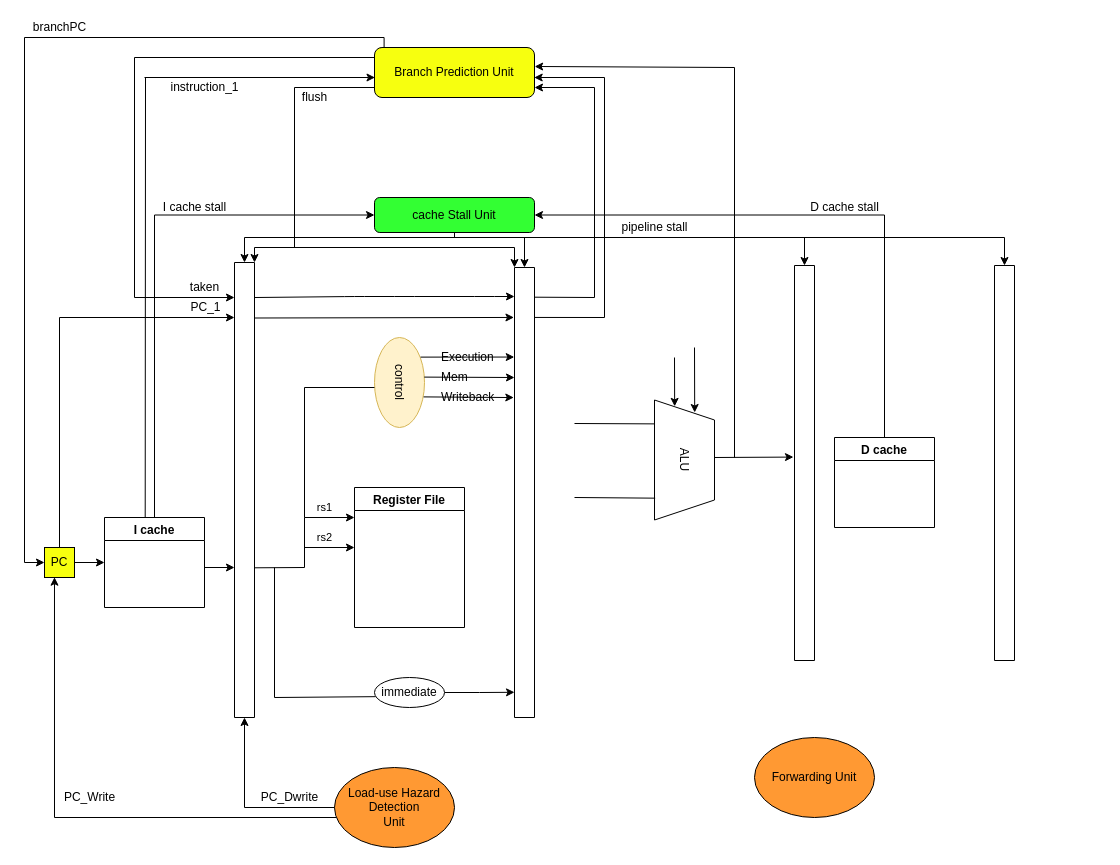
Above: Untitled Diagram.drawio in JeterHwang/DSD (draw.io), before the change. Source tidied: cells renumbered, new cells numbered last; positions are measured from the earlier drawing's top-left corner, leaving out a move shared by most shapes. Both pictures are drawn from the tidied source at 100%, with x=0, y=0 at pixel (24, 17).
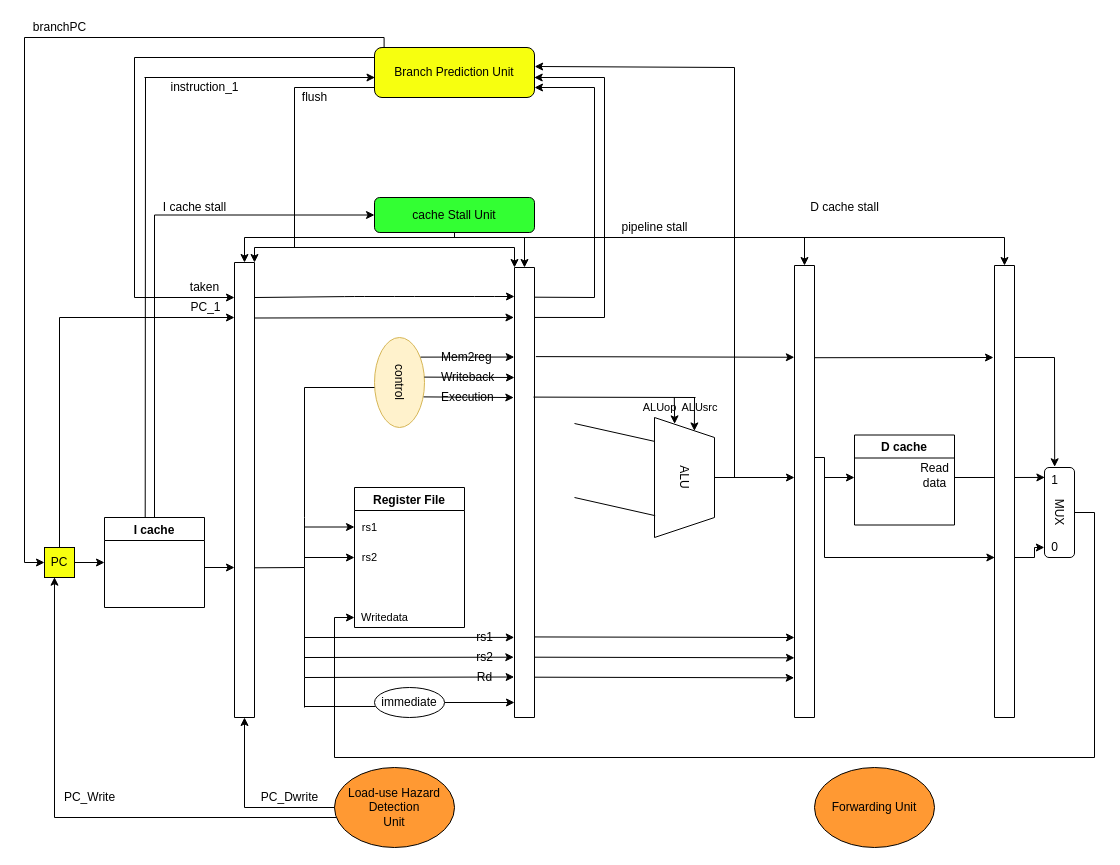
After the change.

The change refers to these unchanged cells:
```xml
<mxCell id="3" style="swimlane;startSize=0;" parent="1" vertex="1">
  <mxGeometry x="490" y="250" width="20" height="450" as="geometry" />
</mxCell>
<mxCell id="19" value="Register File" style="swimlane;glass=0;strokeColor=#000000;fillColor=#FFFFFF;" parent="1" vertex="1">
  <mxGeometry x="330" y="470" width="110" height="140" as="geometry" />
</mxCell>
<mxCell id="21" value="cache Stall Unit" style="rounded=1;whiteSpace=wrap;html=1;glass=0;strokeColor=#000000;fillColor=#33FF33;" parent="1" vertex="1">
  <mxGeometry x="350" y="180" width="160" height="35" as="geometry" />
</mxCell>
```

Change to the diagram source:
```diff
@@
     <mxCell id="4" style="swimlane;startSize=0;" parent="1" vertex="1">
-      <mxGeometry x="770" y="248" width="20" height="395" as="geometry" />
+      <mxGeometry x="770" y="248" width="20" height="452" as="geometry" />
     </mxCell>
     <mxCell id="5" style="swimlane;startSize=0;" parent="1" vertex="1">
-      <mxGeometry x="970" y="248" width="20" height="395" as="geometry" />
+      <mxGeometry x="970" y="248" width="20" height="452" as="geometry" />
     </mxCell>
@@
     <mxCell id="15" value="Forwarding Unit" style="ellipse;whiteSpace=wrap;html=1;glass=0;strokeColor=#000000;fillColor=#FF9933;" parent="1" vertex="1">
-      <mxGeometry x="730" y="720" width="120" height="80" as="geometry" />
+      <mxGeometry x="790" y="750" width="120" height="80" as="geometry" />
     </mxCell>
     <mxCell id="16" value="ALU" style="shape=trapezoid;perimeter=trapezoidPerimeter;whiteSpace=wrap;html=1;fixedSize=1;glass=0;strokeColor=#000000;rotation=90;fillColor=#FFFFFF;" parent="1" vertex="1">
-      <mxGeometry x="600" y="412.5" width="120" height="60" as="geometry" />
+      <mxGeometry x="600" y="430" width="120" height="60" as="geometry" />
     </mxCell>
-    <mxCell id="17" style="edgeStyle=orthogonalEdgeStyle;rounded=0;jettySize=auto;html=1;exitX=0.5;exitY=0;exitDx=0;exitDy=0;entryX=1;entryY=0.5;entryDx=0;entryDy=0;" parent="1" edge="1" source="18" target="21">
-      <mxGeometry relative="1" as="geometry">
-        <Array as="points">
-          <mxPoint x="860" y="198" />
-          <mxPoint x="510" y="198" />
-        </Array>
-      </mxGeometry>
-    </mxCell>
     <mxCell id="18" value="D cache" style="swimlane;" parent="1" vertex="1">
-      <mxGeometry x="810" y="420" width="100" height="90" as="geometry" />
+      <mxGeometry x="830" y="417.5" width="100" height="90" as="geometry" />
     </mxCell>
+    <mxCell id="82" value="Read&lt;br&gt;data" style="text;html=1;align=center;verticalAlign=middle;fillColor=none;strokeColor=none;rounded=0;" parent="18" vertex="1">
+      <mxGeometry x="60" y="25" width="40" height="30" as="geometry" />
+    </mxCell>
@@
+    <mxCell id="71" value="&lt;span style=&quot;font-size: 11px&quot;&gt;rs1&lt;/span&gt;" style="text;html=1;align=center;verticalAlign=middle;fillColor=none;strokeColor=none;rounded=0;" parent="19" vertex="1">
+      <mxGeometry y="30" width="30" height="20" as="geometry" />
+    </mxCell>
+    <mxCell id="72" value="&lt;span style=&quot;font-size: 11px&quot;&gt;rs2&lt;/span&gt;" style="text;html=1;align=center;verticalAlign=middle;fillColor=none;strokeColor=none;rounded=0;" parent="19" vertex="1">
+      <mxGeometry y="60" width="30" height="20" as="geometry" />
+    </mxCell>
+    <mxCell id="83" value="&lt;span style=&quot;font-size: 11px&quot;&gt;Writedata&lt;/span&gt;" style="text;html=1;align=center;verticalAlign=middle;fillColor=none;strokeColor=none;rounded=0;" parent="19" vertex="1">
+      <mxGeometry x="-5" y="120" width="70" height="20" as="geometry" />
+    </mxCell>
@@
-    <mxCell id="36" style="endArrow=classic;html=1;entryX=-0.052;entryY=0.485;entryDx=0;entryDy=0;entryPerimeter=0;" parent="1" edge="1" target="4">
+    <mxCell id="36" style="endArrow=classic;html=1;exitX=0.5;exitY=0;exitDx=0;exitDy=0;" parent="1" edge="1" source="16">
       <mxGeometry relative="1" as="geometry">
-        <mxPoint x="690" y="440" as="sourcePoint" />
+        <mxPoint x="770" y="460" as="targetPoint" />
       </mxGeometry>
     </mxCell>
@@
     <mxCell id="41" style="endArrow=none;html=1;" parent="1" edge="1">
       <mxGeometry relative="1" as="geometry">
-        <mxPoint x="710" y="440" as="sourcePoint" />
+        <mxPoint x="710" y="460" as="sourcePoint" />
         <mxPoint x="710" y="50" as="targetPoint" />
       </mxGeometry>
     </mxCell>
@@
-    <mxCell id="45" style="endArrow=classic;html=1;entryX=0.053;entryY=0.664;entryDx=0;entryDy=0;entryPerimeter=0;" parent="1" edge="1" target="16">
-      <mxGeometry relative="1" as="geometry">
-        <mxPoint x="650" y="340" as="sourcePoint" />
-      </mxGeometry>
+    <mxCell id="45" style="endArrow=classic;html=1;entryX=0.053;entryY=0.664;entryDx=0;entryDy=0;entryPerimeter=0;exitX=-0.004;exitY=-0.022;exitDx=0;exitDy=0;exitPerimeter=0;" parent="1" edge="1" source="85" target="16">
+      <mxGeometry relative="1" as="geometry" />
     </mxCell>
-    <mxCell id="46" style="endArrow=classic;html=1;entryX=0.053;entryY=0.664;entryDx=0;entryDy=0;entryPerimeter=0;" parent="1" edge="1">
-      <mxGeometry relative="1" as="geometry">
-        <mxPoint x="670" y="330" as="sourcePoint" />
-        <mxPoint x="670.2" y="395" as="targetPoint" />
-      </mxGeometry>
+    <mxCell id="46" style="endArrow=classic;html=1;entryX=0.112;entryY=0.335;entryDx=0;entryDy=0;entryPerimeter=0;exitX=0.4;exitY=0.005;exitDx=0;exitDy=0;exitPerimeter=0;" parent="1" edge="1" source="85" target="16">
+      <mxGeometry relative="1" as="geometry" />
     </mxCell>
@@
-    <mxCell id="63" style="edgeStyle=orthogonalEdgeStyle;rounded=0;jettySize=auto;html=1;entryX=0.001;entryY=0.944;entryDx=0;entryDy=0;entryPerimeter=0;" parent="1" edge="1" source="64" target="3">
-      <mxGeometry relative="1" as="geometry" />
+    <mxCell id="63" style="edgeStyle=orthogonalEdgeStyle;rounded=0;jettySize=auto;html=1;" parent="1" edge="1" source="64">
+      <mxGeometry relative="1" as="geometry">
+        <mxPoint x="490" y="685" as="targetPoint" />
+        <Array as="points">
+          <mxPoint x="490" y="685" />
+        </Array>
+      </mxGeometry>
     </mxCell>
     <mxCell id="64" value="immediate" style="ellipse;whiteSpace=wrap;html=1;glass=0;strokeColor=#000000;fillColor=#FFFFFF;" parent="1" vertex="1">
-      <mxGeometry x="350" y="660" width="70" height="30" as="geometry" />
+      <mxGeometry x="350" y="670" width="70" height="30" as="geometry" />
     </mxCell>
     <mxCell id="65" style="endArrow=none;html=1;" parent="1" edge="1">
       <mxGeometry relative="1" as="geometry">
-        <mxPoint x="250" y="680" as="sourcePoint" />
-        <mxPoint x="250" y="550" as="targetPoint" />
+        <mxPoint x="280" y="690" as="sourcePoint" />
+        <mxPoint x="280" y="660" as="targetPoint" />
       </mxGeometry>
     </mxCell>
-    <mxCell id="66" style="endArrow=none;html=1;entryX=0.016;entryY=0.639;entryDx=0;entryDy=0;entryPerimeter=0;" parent="1" edge="1" target="64">
+    <mxCell id="66" style="endArrow=none;html=1;entryX=0.014;entryY=0.633;entryDx=0;entryDy=0;entryPerimeter=0;" parent="1" edge="1" target="64">
       <mxGeometry relative="1" as="geometry">
-        <mxPoint x="250" y="680" as="sourcePoint" />
+        <mxPoint x="280" y="689" as="sourcePoint" />
       </mxGeometry>
     </mxCell>
@@
     <mxCell id="69" style="endArrow=classic;html=1;" parent="1" edge="1">
       <mxGeometry relative="1" as="geometry">
-        <mxPoint x="280" y="500" as="sourcePoint" />
-        <mxPoint x="330" y="500" as="targetPoint" />
+        <mxPoint x="280" y="509.5" as="sourcePoint" />
+        <mxPoint x="330" y="509.5" as="targetPoint" />
       </mxGeometry>
     </mxCell>
     <mxCell id="70" style="endArrow=classic;html=1;" parent="1" edge="1">
       <mxGeometry relative="1" as="geometry">
-        <mxPoint x="280" y="530" as="sourcePoint" />
-        <mxPoint x="330" y="530" as="targetPoint" />
+        <mxPoint x="280" y="540" as="sourcePoint" />
+        <mxPoint x="330" y="540" as="targetPoint" />
       </mxGeometry>
     </mxCell>
-    <mxCell id="71" value="&lt;span style=&quot;font-size: 11px&quot;&gt;rs1&lt;/span&gt;" style="text;html=1;align=center;verticalAlign=middle;fillColor=none;strokeColor=none;rounded=0;" parent="1" vertex="1">
-      <mxGeometry x="285" y="480" width="30" height="20" as="geometry" />
-    </mxCell>
-    <mxCell id="72" value="&lt;span style=&quot;font-size: 11px&quot;&gt;rs2&lt;/span&gt;" style="text;html=1;align=center;verticalAlign=middle;fillColor=none;strokeColor=none;rounded=0;" parent="1" vertex="1">
-      <mxGeometry x="285" y="510" width="30" height="20" as="geometry" />
-    </mxCell>
@@
-    <mxCell id="77" value="Execution" style="text;html=1;align=left;verticalAlign=middle;fillColor=none;strokeColor=none;rounded=0;" parent="1" vertex="1">
+    <mxCell id="77" value="Mem2reg" style="text;html=1;align=left;verticalAlign=middle;fillColor=none;strokeColor=none;rounded=0;" parent="1" vertex="1">
       <mxGeometry x="415" y="330" width="70" height="20" as="geometry" />
     </mxCell>
@@
-    <mxCell id="79" value="Mem" style="text;html=1;align=left;verticalAlign=middle;fillColor=none;strokeColor=none;rounded=0;" parent="1" vertex="1">
-      <mxGeometry x="415" y="350" width="40" height="20" as="geometry" />
+    <mxCell id="79" value="Writeback" style="text;html=1;align=left;verticalAlign=middle;fillColor=none;strokeColor=none;rounded=0;" parent="1" vertex="1">
+      <mxGeometry x="415" y="350" width="70" height="20" as="geometry" />
     </mxCell>
@@
-    <mxCell id="81" value="Writeback" style="text;html=1;align=left;verticalAlign=middle;fillColor=none;strokeColor=none;rounded=0;" parent="1" vertex="1">
+    <mxCell id="81" value="Execution" style="text;html=1;align=left;verticalAlign=middle;fillColor=none;strokeColor=none;rounded=0;" parent="1" vertex="1">
       <mxGeometry x="415" y="370" width="70" height="20" as="geometry" />
     </mxCell>
+    <mxCell id="84" value="&lt;font style=&quot;font-size: 11px&quot;&gt;ALUop&lt;/font&gt;" style="text;html=1;align=center;verticalAlign=middle;fillColor=none;strokeColor=none;rounded=0;" parent="1" vertex="1">
+      <mxGeometry x="610" y="380" width="50" height="20" as="geometry" />
+    </mxCell>
+    <mxCell id="85" value="&lt;font style=&quot;font-size: 11px&quot;&gt;ALUsrc&lt;/font&gt;" style="text;html=1;align=center;verticalAlign=middle;points=[];fillColor=none;strokeColor=none;rounded=0;" parent="1" vertex="1">
+      <mxGeometry x="650" y="380" width="50" height="20" as="geometry" />
+    </mxCell>
+    <mxCell id="86" style="endArrow=none;html=1;exitX=0.95;exitY=0.288;exitDx=0;exitDy=0;exitPerimeter=0;" parent="1" edge="1" source="3">
+      <mxGeometry relative="1" as="geometry">
+        <mxPoint x="671" y="380" as="targetPoint" />
+      </mxGeometry>
+    </mxCell>
+    <mxCell id="87" style="endArrow=classic;html=1;exitX=1.069;exitY=0.198;exitDx=0;exitDy=0;exitPerimeter=0;entryX=-0.007;entryY=0.203;entryDx=0;entryDy=0;entryPerimeter=0;" parent="1" edge="1" source="3" target="4">
+      <mxGeometry relative="1" as="geometry" />
+    </mxCell>
+    <mxCell id="88" style="endArrow=classic;html=1;exitX=1.006;exitY=0.204;exitDx=0;exitDy=0;exitPerimeter=0;" parent="1" edge="1" source="4">
+      <mxGeometry relative="1" as="geometry">
+        <mxPoint x="969" y="340" as="targetPoint" />
+      </mxGeometry>
+    </mxCell>
+    <mxCell id="89" style="edgeStyle=orthogonalEdgeStyle;rounded=0;jettySize=auto;html=1;exitX=0.5;exitY=0;exitDx=0;exitDy=0;" parent="1" edge="1" source="90">
+      <mxGeometry relative="1" as="geometry">
+        <mxPoint x="330" y="600" as="targetPoint" />
+        <Array as="points">
+          <mxPoint x="1070" y="495" />
+          <mxPoint x="1070" y="740" />
+          <mxPoint x="310" y="740" />
+          <mxPoint x="310" y="600" />
+        </Array>
+      </mxGeometry>
+    </mxCell>
+    <mxCell id="90" value="MUX" style="rounded=1;whiteSpace=wrap;html=1;rotation=90;" parent="1" vertex="1">
+      <mxGeometry x="990" y="480" width="90" height="30" as="geometry" />
+    </mxCell>
+    <mxCell id="91" style="endArrow=none;html=1;" parent="1" edge="1">
+      <mxGeometry relative="1" as="geometry">
+        <mxPoint x="990" y="340" as="sourcePoint" />
+        <mxPoint x="1030" y="340" as="targetPoint" />
+      </mxGeometry>
+    </mxCell>
+    <mxCell id="92" style="endArrow=classic;html=1;entryX=-0.008;entryY=0.661;entryDx=0;entryDy=0;entryPerimeter=0;" parent="1" edge="1" target="90">
+      <mxGeometry relative="1" as="geometry">
+        <mxPoint x="1030" y="340" as="sourcePoint" />
+      </mxGeometry>
+    </mxCell>
+    <mxCell id="93" value="1" style="text;html=1;align=center;verticalAlign=middle;points=[];fillColor=none;strokeColor=none;rounded=0;" parent="1" vertex="1">
+      <mxGeometry x="1020" y="452.5" width="20" height="20" as="geometry" />
+    </mxCell>
+    <mxCell id="94" value="0" style="text;html=1;align=center;verticalAlign=middle;points=[];fillColor=none;strokeColor=none;rounded=0;" parent="1" vertex="1">
+      <mxGeometry x="1020" y="520" width="20" height="20" as="geometry" />
+    </mxCell>
+    <mxCell id="95" style="endArrow=none;html=1;entryX=-0.028;entryY=0.469;entryDx=0;entryDy=0;entryPerimeter=0;" parent="1" edge="1" target="5">
+      <mxGeometry relative="1" as="geometry">
+        <mxPoint x="930" y="460" as="sourcePoint" />
+      </mxGeometry>
+    </mxCell>
+    <mxCell id="96" style="endArrow=classic;html=1;entryX=0.019;entryY=0.371;entryDx=0;entryDy=0;entryPerimeter=0;" parent="1" edge="1" target="93">
+      <mxGeometry relative="1" as="geometry">
+        <mxPoint x="990" y="460" as="sourcePoint" />
+      </mxGeometry>
+    </mxCell>
+    <mxCell id="97" style="endArrow=none;html=1;" parent="1" edge="1">
+      <mxGeometry relative="1" as="geometry">
+        <mxPoint x="790" y="440" as="sourcePoint" />
+        <mxPoint x="800" y="440" as="targetPoint" />
+      </mxGeometry>
+    </mxCell>
+    <mxCell id="98" style="endArrow=none;html=1;" parent="1" edge="1">
+      <mxGeometry relative="1" as="geometry">
+        <mxPoint x="800" y="540" as="sourcePoint" />
+        <mxPoint x="800" y="440" as="targetPoint" />
+      </mxGeometry>
+    </mxCell>
+    <mxCell id="99" style="endArrow=classic;html=1;" parent="1" edge="1">
+      <mxGeometry relative="1" as="geometry">
+        <mxPoint x="800" y="460" as="sourcePoint" />
+        <mxPoint x="830" y="460" as="targetPoint" />
+      </mxGeometry>
+    </mxCell>
+    <mxCell id="100" style="endArrow=classic;html=1;entryX=0.018;entryY=0.646;entryDx=0;entryDy=0;entryPerimeter=0;" parent="1" edge="1" target="5">
+      <mxGeometry relative="1" as="geometry">
+        <mxPoint x="800" y="540" as="sourcePoint" />
+      </mxGeometry>
+    </mxCell>
+    <mxCell id="101" style="endArrow=none;html=1;" parent="1" edge="1">
+      <mxGeometry relative="1" as="geometry">
+        <mxPoint x="990" y="540" as="sourcePoint" />
+        <mxPoint x="1010" y="540" as="targetPoint" />
+      </mxGeometry>
+    </mxCell>
+    <mxCell id="102" style="endArrow=none;html=1;" parent="1" edge="1">
+      <mxGeometry relative="1" as="geometry">
+        <mxPoint x="1010" y="540" as="sourcePoint" />
+        <mxPoint x="1010" y="530" as="targetPoint" />
+      </mxGeometry>
+    </mxCell>
+    <mxCell id="103" style="endArrow=classic;html=1;entryX=-0.006;entryY=0.496;entryDx=0;entryDy=0;entryPerimeter=0;" parent="1" edge="1" target="94">
+      <mxGeometry relative="1" as="geometry">
+        <mxPoint x="1010" y="530" as="sourcePoint" />
+      </mxGeometry>
+    </mxCell>
+    <mxCell id="104" style="endArrow=none;html=1;" parent="1" edge="1">
+      <mxGeometry relative="1" as="geometry">
+        <mxPoint x="280" y="660" as="sourcePoint" />
+        <mxPoint x="280" y="550" as="targetPoint" />
+      </mxGeometry>
+    </mxCell>
+    <mxCell id="105" style="endArrow=classic;html=1;entryX=-0.017;entryY=0.91;entryDx=0;entryDy=0;entryPerimeter=0;" parent="1" edge="1" target="3">
+      <mxGeometry relative="1" as="geometry">
+        <mxPoint x="280" y="660" as="sourcePoint" />
+      </mxGeometry>
+    </mxCell>
+    <mxCell id="106" style="endArrow=classic;html=1;entryX=-0.035;entryY=0.866;entryDx=0;entryDy=0;entryPerimeter=0;" parent="1" edge="1" target="3">
+      <mxGeometry relative="1" as="geometry">
+        <mxPoint x="280" y="640" as="sourcePoint" />
+      </mxGeometry>
+    </mxCell>
+    <mxCell id="107" style="endArrow=classic;html=1;entryX=-0.013;entryY=0.822;entryDx=0;entryDy=0;entryPerimeter=0;" parent="1" edge="1" target="3">
+      <mxGeometry relative="1" as="geometry">
+        <mxPoint x="280" y="620" as="sourcePoint" />
+      </mxGeometry>
+    </mxCell>
+    <mxCell id="108" value="rs1" style="text;html=1;align=center;verticalAlign=middle;fillColor=none;strokeColor=none;rounded=0;" parent="1" vertex="1">
+      <mxGeometry x="445" y="610" width="30" height="20" as="geometry" />
+    </mxCell>
+    <mxCell id="109" value="rs2" style="text;html=1;align=center;verticalAlign=middle;fillColor=none;strokeColor=none;rounded=0;" parent="1" vertex="1">
+      <mxGeometry x="445" y="630" width="30" height="20" as="geometry" />
+    </mxCell>
+    <mxCell id="110" value="Rd" style="text;html=1;align=center;verticalAlign=middle;fillColor=none;strokeColor=none;rounded=0;" parent="1" vertex="1">
+      <mxGeometry x="445" y="650" width="30" height="20" as="geometry" />
+    </mxCell>
+    <mxCell id="111" style="endArrow=classic;html=1;exitX=1.017;exitY=0.821;exitDx=0;exitDy=0;exitPerimeter=0;" parent="1" edge="1" source="3">
+      <mxGeometry relative="1" as="geometry">
+        <mxPoint x="770" y="620" as="targetPoint" />
+      </mxGeometry>
+    </mxCell>
+    <mxCell id="112" style="endArrow=classic;html=1;exitX=1.017;exitY=0.821;exitDx=0;exitDy=0;exitPerimeter=0;" parent="1" edge="1">
+      <mxGeometry relative="1" as="geometry">
+        <mxPoint x="510.3" y="639.7" as="sourcePoint" />
+        <mxPoint x="770" y="640.3" as="targetPoint" />
+      </mxGeometry>
+    </mxCell>
+    <mxCell id="113" style="endArrow=classic;html=1;exitX=1.017;exitY=0.821;exitDx=0;exitDy=0;exitPerimeter=0;" parent="1" edge="1">
+      <mxGeometry relative="1" as="geometry">
+        <mxPoint x="510" y="659.7" as="sourcePoint" />
+        <mxPoint x="769.7" y="660.3" as="targetPoint" />
+      </mxGeometry>
+    </mxCell>
```
